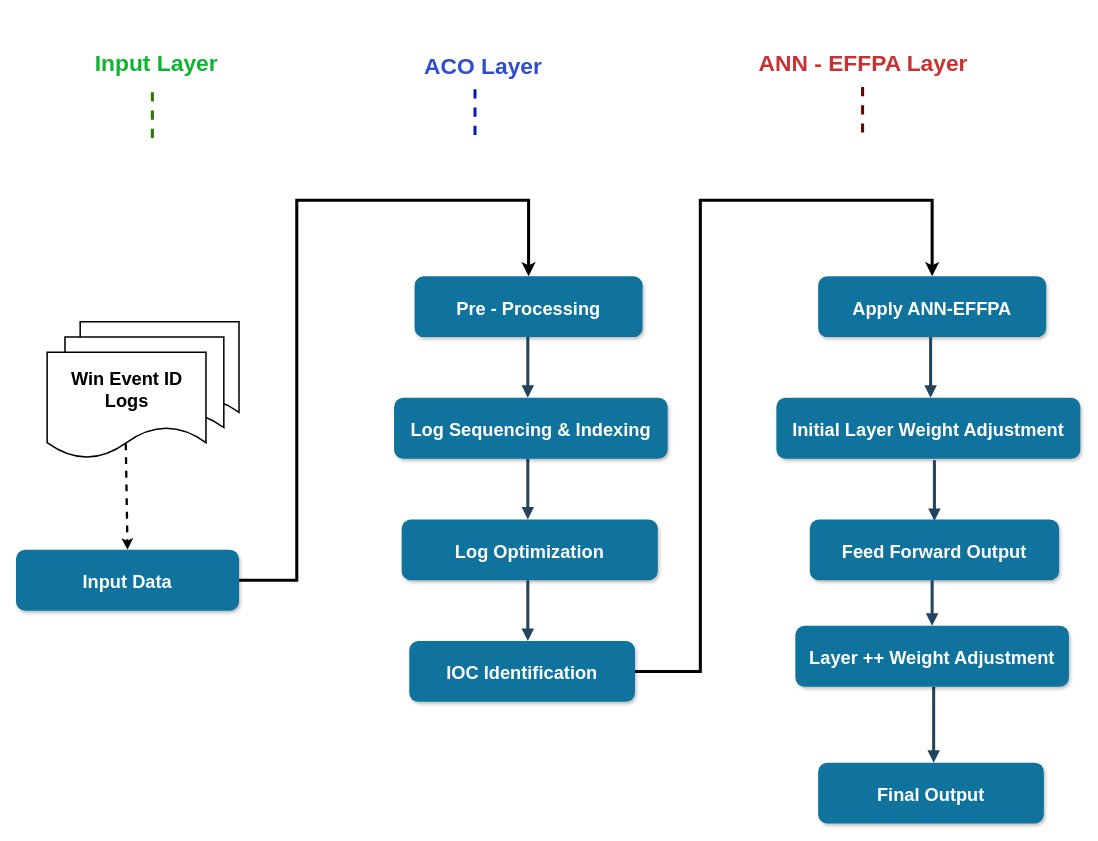
The draw.io diagram ACO and ANN EFFPA.drawio in Sjbill/Vishal-Deepfake-Dataset, before the edit. Source tidied: cells renumbered, new cells numbered last; positions are measured from the earlier drawing's top-left corner, leaving out a move shared by most shapes. Both pictures are drawn from the tidied source at 76%, with x=0, y=0 at pixel (16, 40).
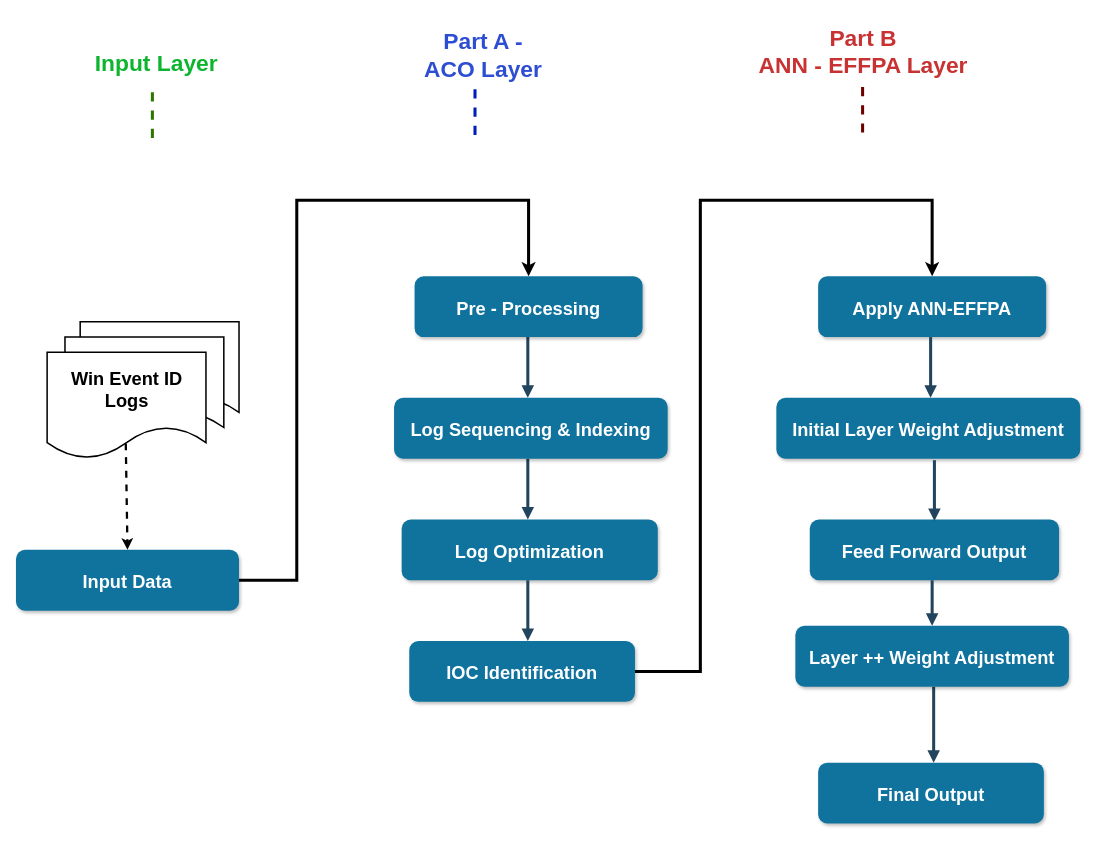
After the change.

The edit, as a diff of the source:
```diff
@@
-    <mxCell id="26" value="&lt;font style=&quot;color: light-dark(rgb(45, 78, 210), rgb(237, 237, 237)); font-size: 30px;&quot;&gt;ACO Layer&lt;/font&gt;" style="text;html=1;align=center;verticalAlign=middle;strokeColor=none;fillColor=none;fontStyle=1;strokeWidth=4;" parent="1" vertex="1">
-      <mxGeometry x="524" y="3" width="180" height="60" as="geometry" />
+    <mxCell id="26" value="&lt;font style=&quot;color: light-dark(rgb(45, 78, 210), rgb(237, 237, 237)); font-size: 30px;&quot;&gt;Part A -&lt;/font&gt;&lt;div&gt;&lt;font style=&quot;color: light-dark(rgb(45, 78, 210), rgb(237, 237, 237)); font-size: 30px;&quot;&gt;ACO Layer&lt;/font&gt;&lt;/div&gt;" style="text;html=1;align=center;verticalAlign=middle;strokeColor=none;fillColor=none;fontStyle=1;strokeWidth=4;" parent="1" vertex="1">
+      <mxGeometry x="524" y="-31" width="180" height="100" as="geometry" />
     </mxCell>
-    <mxCell id="27" value="&lt;font style=&quot;color: light-dark(rgb(200, 50, 50), rgb(237, 237, 237)); font-size: 30px;&quot;&gt;ANN - EFFPA Layer&lt;/font&gt;" style="text;html=1;align=center;verticalAlign=middle;strokeColor=none;fillColor=none;fontStyle=1;strokeWidth=4;" parent="1" vertex="1">
-      <mxGeometry x="964" width="300" height="60" as="geometry" />
+    <mxCell id="27" value="&lt;font style=&quot;color: light-dark(rgb(200, 50, 50), rgb(237, 237, 237)); font-size: 30px;&quot;&gt;Part B&lt;/font&gt;&lt;div&gt;&lt;font style=&quot;color: light-dark(rgb(200, 50, 50), rgb(237, 237, 237)); font-size: 30px;&quot;&gt;ANN - EFFPA Layer&lt;/font&gt;&lt;/div&gt;" style="text;html=1;align=center;verticalAlign=middle;strokeColor=none;fillColor=none;fontStyle=1;strokeWidth=4;" parent="1" vertex="1">
+      <mxGeometry x="964" y="-36" width="300" height="100" as="geometry" />
     </mxCell>
```
